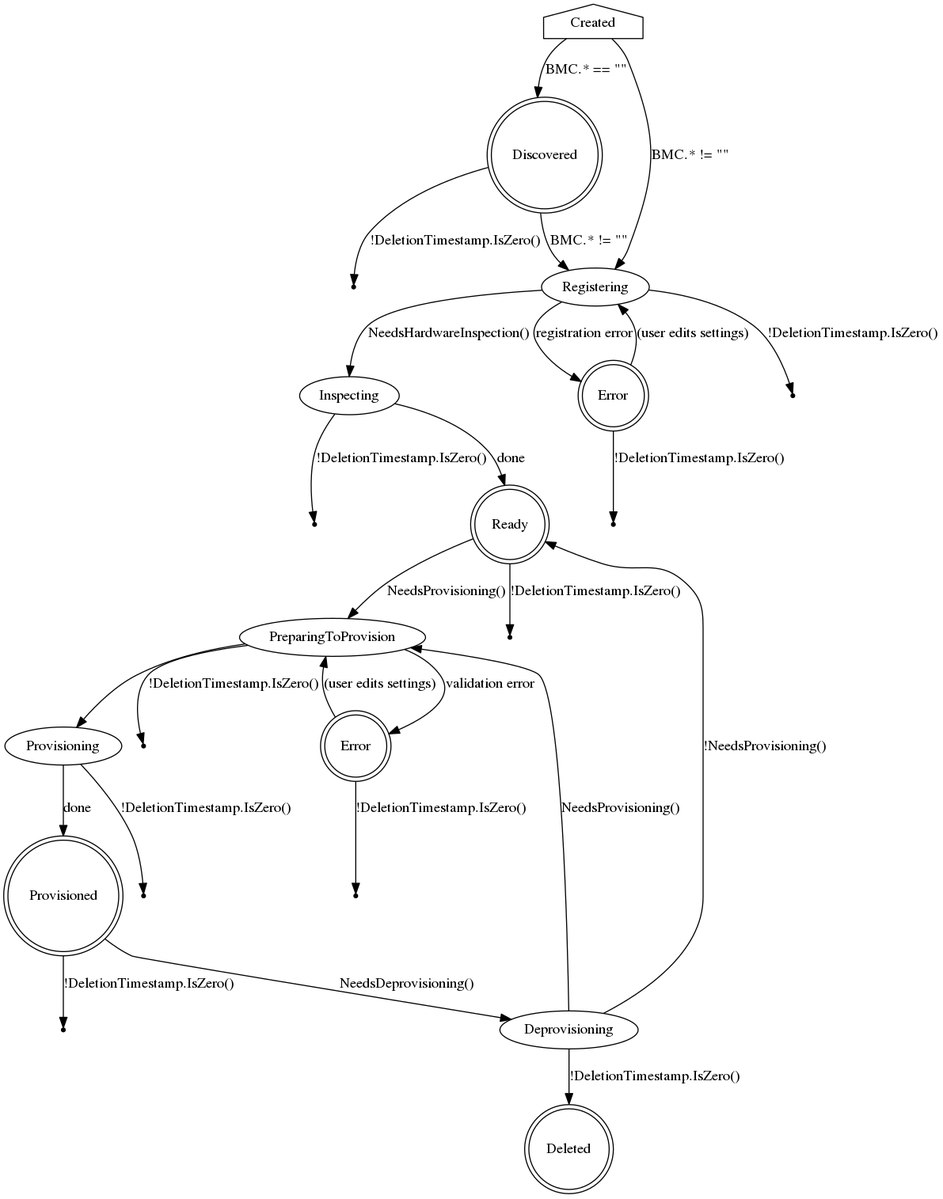
This is docs/BaremetalHost_ProvisioningState.png from metal3-io/baremetal-operator, a Graphviz export, as it was before one commit. Its source is kept beside it as docs/BaremetalHost_ProvisioningState.dot.
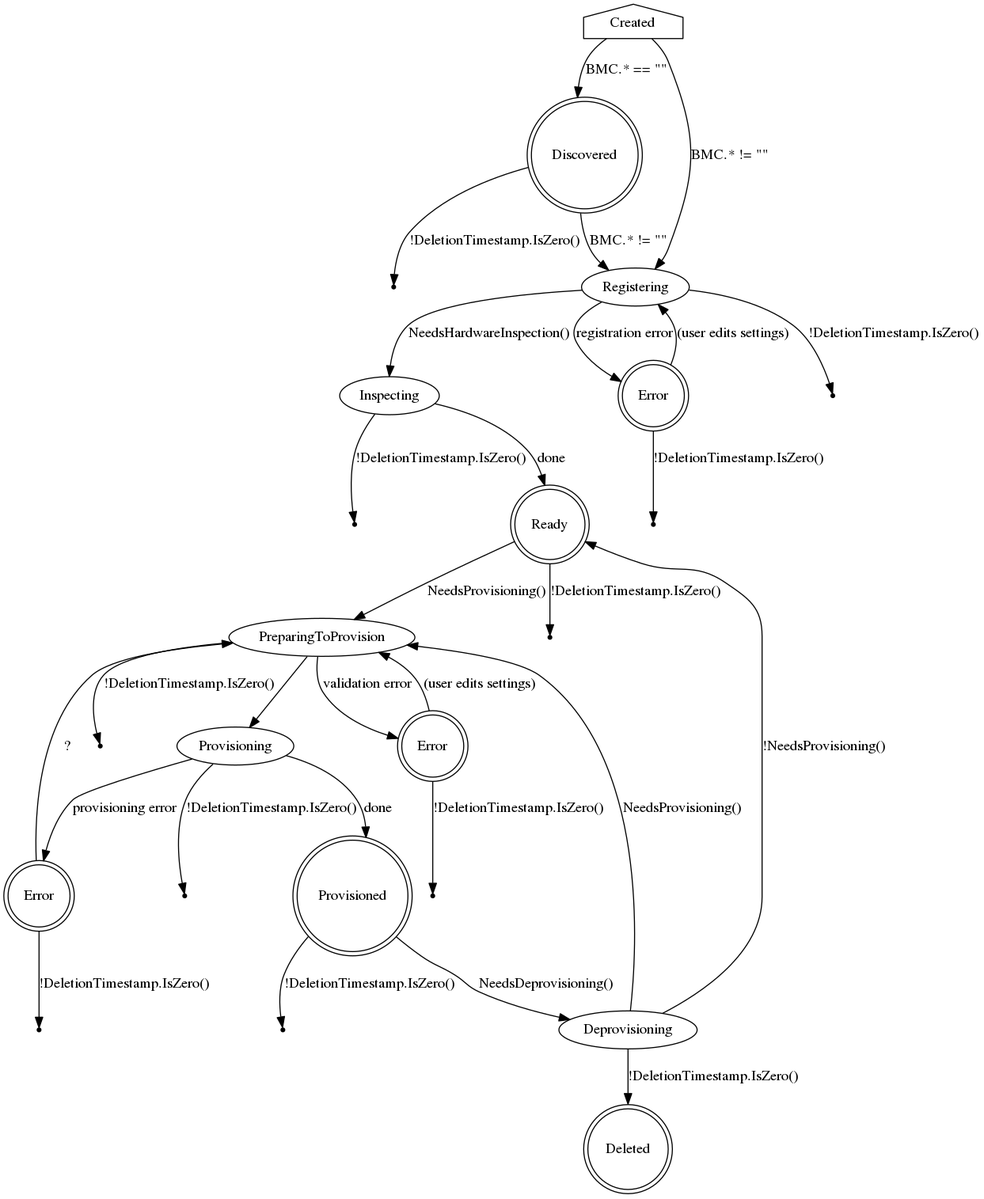
Above is the later version.

Commit message:
add provisioning error state

Diff of the diagram source:
```diff
@@ -45,7 +45,14 @@
     Deleted7 [shape=point]
 
     Provisioning -> Provisioned [label=done]
+    Provisioning -> ProvisioningError [label="provisioning error"]
     Provisioning -> Deleted8 [label="!DeletionTimestamp.IsZero()"]
+
+    ProvisioningError [shape=doublecircle label="Error"]
+    ProvisioningError -> PreparingToProvision [label="?"]
+    ProvisioningError -> Deleted10 [label="!DeletionTimestamp.IsZero()"]
+
+    Deleted10 [shape=point]
 
     Deleted8 [shape=point]
 
```
